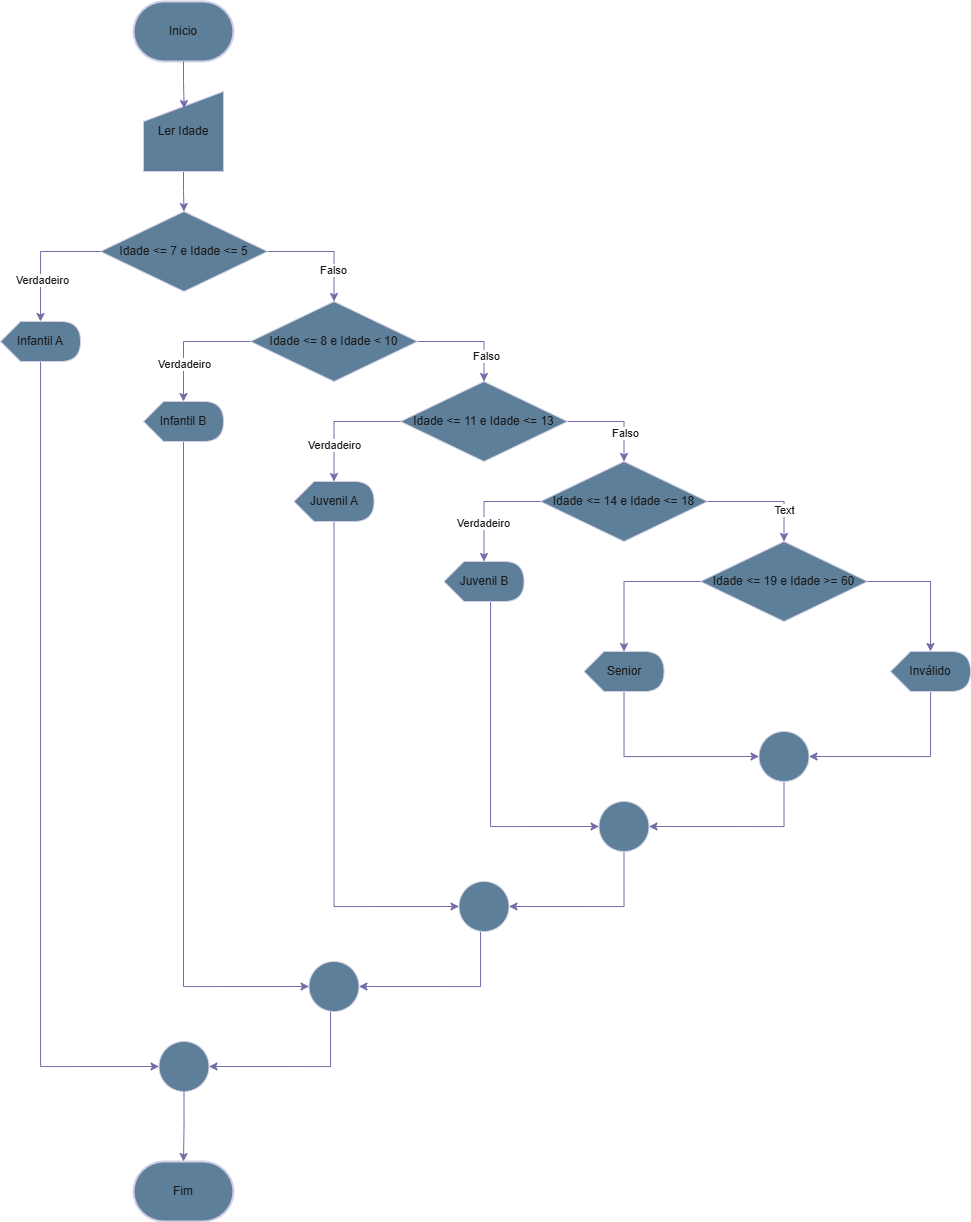
Before: Diagramas/exercicios17.drawio.png, a diagram exported from draw.io (andrew-cdia/algoritmos-lista1). Source tidied: cells renumbered, new cells last; positions are measured from the earlier drawing's top-left corner, leaving out a move shared by most shapes.
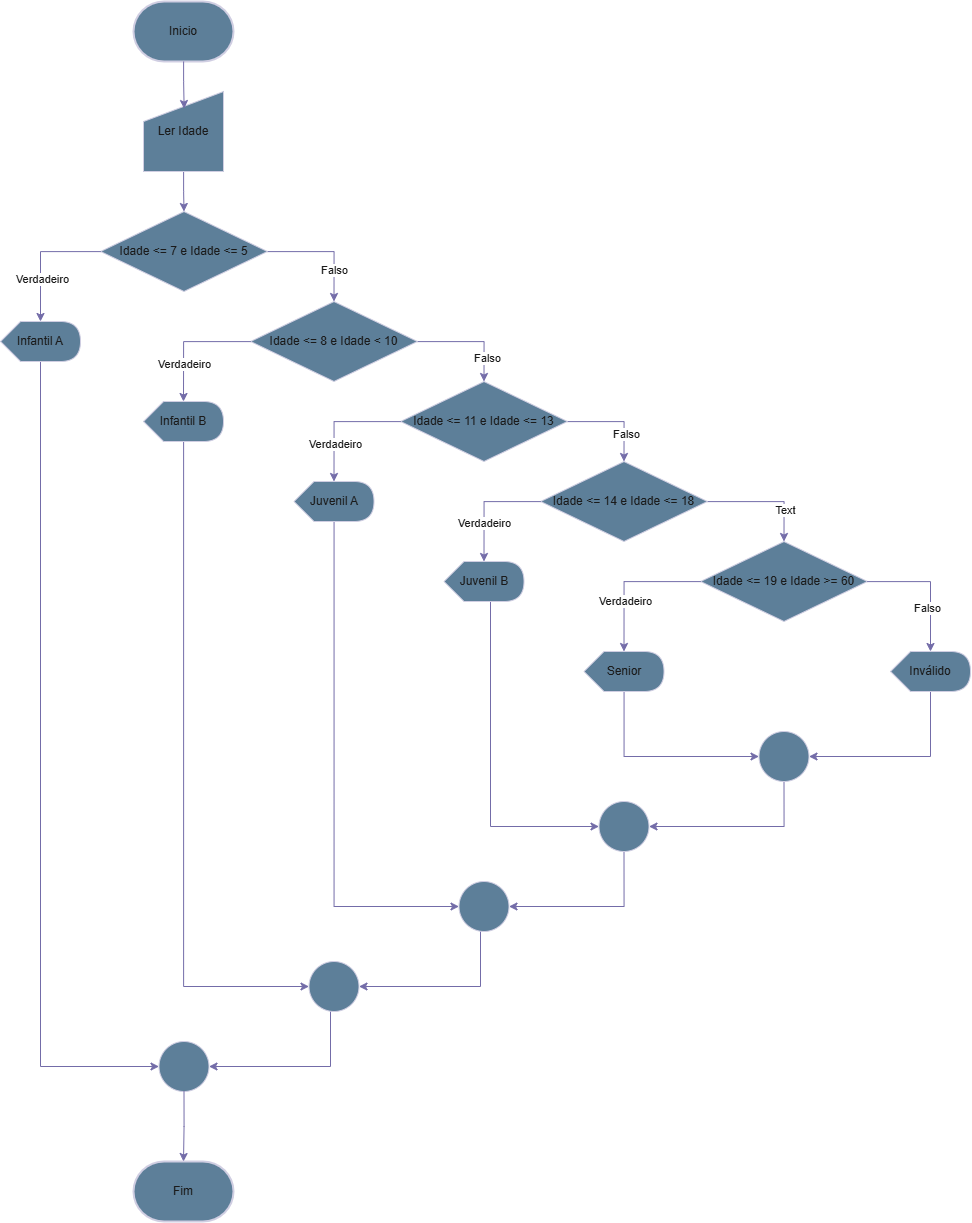
The same file after the commit.

The edit, as a diff of the source:
```diff
@@ -156,9 +156,15 @@
     <mxCell id="39" style="edgeStyle=orthogonalEdgeStyle;rounded=0;jettySize=auto;html=1;entryX=0;entryY=0;entryDx=40;entryDy=0;entryPerimeter=0;strokeColor=#736CA8;fontColor=#1A1A1A;" parent="1" edge="1" source="18" target="28">
       <mxGeometry relative="1" as="geometry" />
     </mxCell>
+    <mxCell id="52" value="Verdadeiro" style="edgeLabel;html=1;align=center;verticalAlign=middle;strokeColor=#D0CEE2;fontColor=#1A1A1A;fillColor=#5D7F99;" parent="39" vertex="1">
+      <mxGeometry x="0.32" relative="1" as="geometry" />
+    </mxCell>
     <mxCell id="40" style="edgeStyle=orthogonalEdgeStyle;rounded=0;jettySize=auto;html=1;entryX=0;entryY=0;entryDx=40;entryDy=0;entryPerimeter=0;strokeColor=#736CA8;fontColor=#1A1A1A;" parent="1" edge="1" source="18" target="30">
       <mxGeometry relative="1" as="geometry" />
     </mxCell>
+    <mxCell id="53" value="Falso" style="edgeLabel;html=1;align=center;verticalAlign=middle;strokeColor=#D0CEE2;fontColor=#1A1A1A;fillColor=#5D7F99;" parent="40" vertex="1">
+      <mxGeometry x="0.33" y="-4" relative="1" as="geometry" />
+    </mxCell>
     <mxCell id="41" style="edgeStyle=orthogonalEdgeStyle;rounded=0;jettySize=auto;html=1;entryX=1;entryY=0.5;entryDx=0;entryDy=0;strokeColor=#736CA8;fontColor=#1A1A1A;" parent="1" edge="1" source="42" target="44">
       <mxGeometry relative="1" as="geometry">
         <Array as="points">
```
